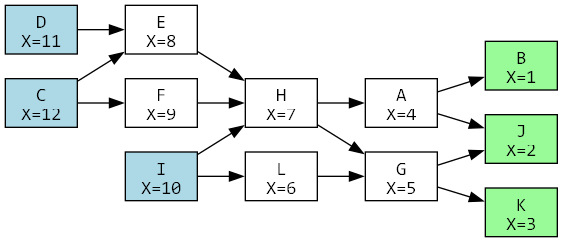
Before: seminar-21-2/bin/Debug/net8.0/graph.png, a diagram exported from Graphviz (KKseniaK/AlgoPerm). Its source is kept beside it as seminar-21-2/bin/Debug/net8.0/graph.dot.
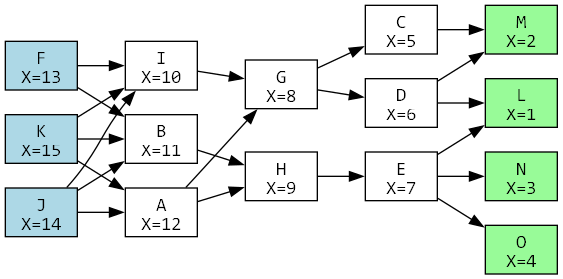
Later version of the same file.

What changed in the source:
```diff
@@ -1,30 +1,40 @@
 digraph G {
   rankdir=LR;
   node [shape=box, style=filled, fontname="Consolas"];
-  A [fillcolor="white", label="A\nX=4"];
-  B [fillcolor="palegreen", label="B\nX=1"];
-  C [fillcolor="lightblue", label="C\nX=12"];
-  D [fillcolor="lightblue", label="D\nX=11"];
-  E [fillcolor="white", label="E\nX=8"];
-  F [fillcolor="white", label="F\nX=9"];
-  G [fillcolor="white", label="G\nX=5"];
-  H [fillcolor="white", label="H\nX=7"];
-  I [fillcolor="lightblue", label="I\nX=10"];
-  J [fillcolor="palegreen", label="J\nX=2"];
-  K [fillcolor="palegreen", label="K\nX=3"];
-  L [fillcolor="white", label="L\nX=6"];
-  A -> B;
-  A -> J;
-  C -> E;
-  C -> F;
-  D -> E;
-  E -> H;
-  F -> H;
-  G -> J;
-  G -> K;
-  H -> A;
-  H -> G;
-  I -> H;
-  I -> L;
-  L -> G;
+  A [fillcolor="white", label="A\nX=12"];
+  B [fillcolor="white", label="B\nX=11"];
+  C [fillcolor="white", label="C\nX=5"];
+  D [fillcolor="white", label="D\nX=6"];
+  E [fillcolor="white", label="E\nX=7"];
+  F [fillcolor="lightblue", label="F\nX=13"];
+  G [fillcolor="white", label="G\nX=8"];
+  H [fillcolor="white", label="H\nX=9"];
+  I [fillcolor="white", label="I\nX=10"];
+  J [fillcolor="lightblue", label="J\nX=14"];
+  K [fillcolor="lightblue", label="K\nX=15"];
+  L [fillcolor="palegreen", label="L\nX=1"];
+  M [fillcolor="palegreen", label="M\nX=2"];
+  N [fillcolor="palegreen", label="N\nX=3"];
+  O [fillcolor="palegreen", label="O\nX=4"];
+  A -> G;
+  A -> H;
+  B -> H;
+  C -> M;
+  D -> L;
+  D -> M;
+  E -> L;
+  E -> N;
+  E -> O;
+  F -> B;
+  F -> I;
+  G -> C;
+  G -> D;
+  H -> E;
+  I -> G;
+  J -> A;
+  J -> B;
+  J -> I;
+  K -> A;
+  K -> B;
+  K -> I;
 }
```
